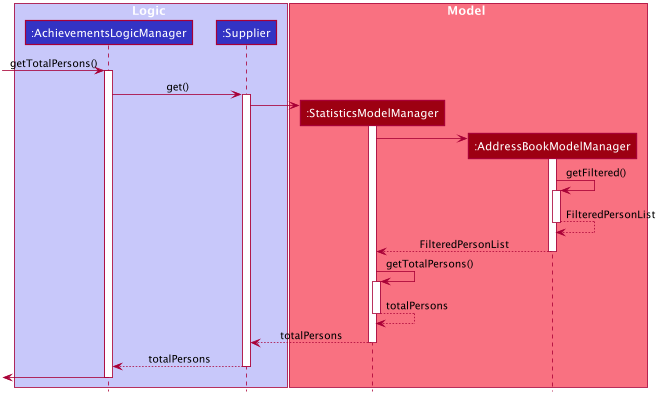
Above: images/AchievementsPage.png in AY1920S1-CS2103T-T17-2/main (PlantUML), before the change. Its diagram source:
```plantuml
@startuml








skinparam BackgroundColor #FFFFFFF

skinparam Shadowing false

skinparam Class {
    FontColor #FFFFFF
    BorderThickness 1
    BorderColor #FFFFFF
    StereotypeFontColor #FFFFFF
    FontName Arial
}

skinparam Actor {
    BorderColor #000000
    Color #000000
    FontName Arial
}

skinparam Sequence {
    MessageAlign center
    BoxFontSize 15
    BoxPadding 0
    BoxFontColor #FFFFFF
    FontName Arial
}

skinparam Participant {
    FontColor #FFFFFFF
    Padding 20
}

skinparam MinClassWidth 50
skinparam ParticipantPadding 10
skinparam Shadowing false
skinparam DefaultTextAlignment center
skinparam packageStyle Rectangle

hide footbox
hide members
hide circle

box Logic #C8C8FA
participant ":AchievementsLogicManager" as AchievementsLogicManager #3333C4
participant ":Supplier" as Supplier #3333C4
end box

box Model #F97181
participant ":StatisticsModelManager" as StatisticsModelManager #9D0012
participant ":AddressBookModelManager" as AddressBookModelManager #9D0012
end box

[-> AchievementsLogicManager : getTotalPersons()
activate AchievementsLogicManager

AchievementsLogicManager -> Supplier : get()
activate Supplier
create StatisticsModelManager

Supplier -> StatisticsModelManager
activate StatisticsModelManager
create AddressBookModelManager

StatisticsModelManager -> AddressBookModelManager
activate AddressBookModelManager

AddressBookModelManager -> AddressBookModelManager : getFiltered()
activate AddressBookModelManager
return FilteredPersonList
return FilteredPersonList

StatisticsModelManager -> StatisticsModelManager : getTotalPersons()
activate StatisticsModelManager
return totalPersons
return totalPersons
return totalPersons

[<- AchievementsLogicManager
deactivate AchievementsLogicManager
@enduml
```
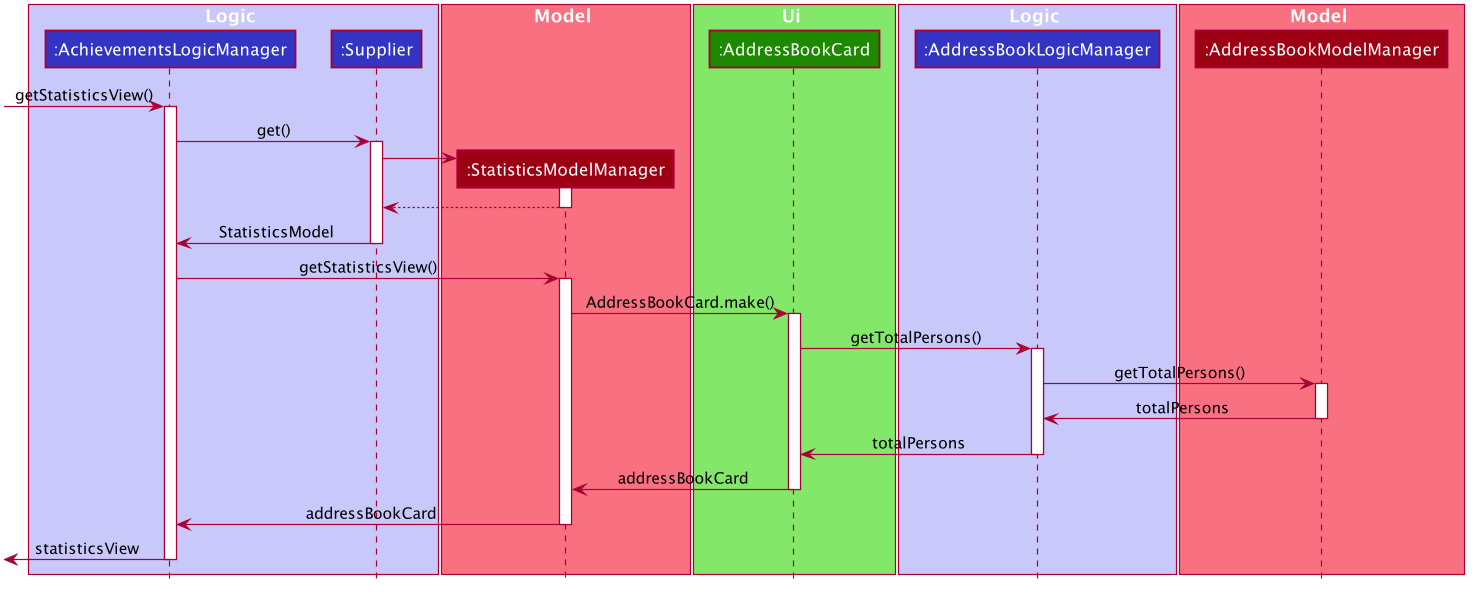
After the commit.

Change to the diagram source:
```diff
@@ -55,10 +55,21 @@
 
 box Model #F97181
 participant ":StatisticsModelManager" as StatisticsModelManager #9D0012
+end box
+
+box Ui #83E769
+participant ":AddressBookCard" as AddressBookCard #1D8900
+end box
+
+box Logic #C8C8FA
+participant ":AddressBookLogicManager" as AddressBookLogicManager #3333C4
+end box
+
+box Model #F97181
 participant ":AddressBookModelManager" as AddressBookModelManager #9D0012
 end box
 
-[-> AchievementsLogicManager : getTotalPersons()
+[-> AchievementsLogicManager : getStatisticsView()
 activate AchievementsLogicManager
 
 AchievementsLogicManager -> Supplier : get()
@@ -67,22 +78,36 @@
 
 Supplier -> StatisticsModelManager
 activate StatisticsModelManager
-create AddressBookModelManager
+return
 
-StatisticsModelManager -> AddressBookModelManager
+Supplier -> AchievementsLogicManager : StatisticsModel
+deactivate Supplier
+
+AchievementsLogicManager -> StatisticsModelManager : getStatisticsView()
+activate StatisticsModelManager
+
+StatisticsModelManager -> AddressBookCard : AddressBookCard.make()
+activate AddressBookCard
+
+AddressBookCard -> AddressBookLogicManager : getTotalPersons()
+activate AddressBookLogicManager
+
+AddressBookLogicManager -> AddressBookModelManager : getTotalPersons()
 activate AddressBookModelManager
 
-AddressBookModelManager -> AddressBookModelManager : getFiltered()
-activate AddressBookModelManager
-return FilteredPersonList
-return FilteredPersonList
+AddressBookModelManager -> AddressBookLogicManager : totalPersons
+deactivate AddressBookModelManager
 
-StatisticsModelManager -> StatisticsModelManager : getTotalPersons()
-activate StatisticsModelManager
-return totalPersons
-return totalPersons
-return totalPersons
+AddressBookLogicManager -> AddressBookCard : totalPersons
+deactivate AddressBookLogicManager
 
-[<- AchievementsLogicManager
+AddressBookCard -> StatisticsModelManager : addressBookCard
+deactivate AddressBookCard
+
+StatisticsModelManager -> AchievementsLogicManager : addressBookCard
+deactivate StatisticsModelManager
+
+[<- AchievementsLogicManager : statisticsView
 deactivate AchievementsLogicManager
+
 @enduml
```
